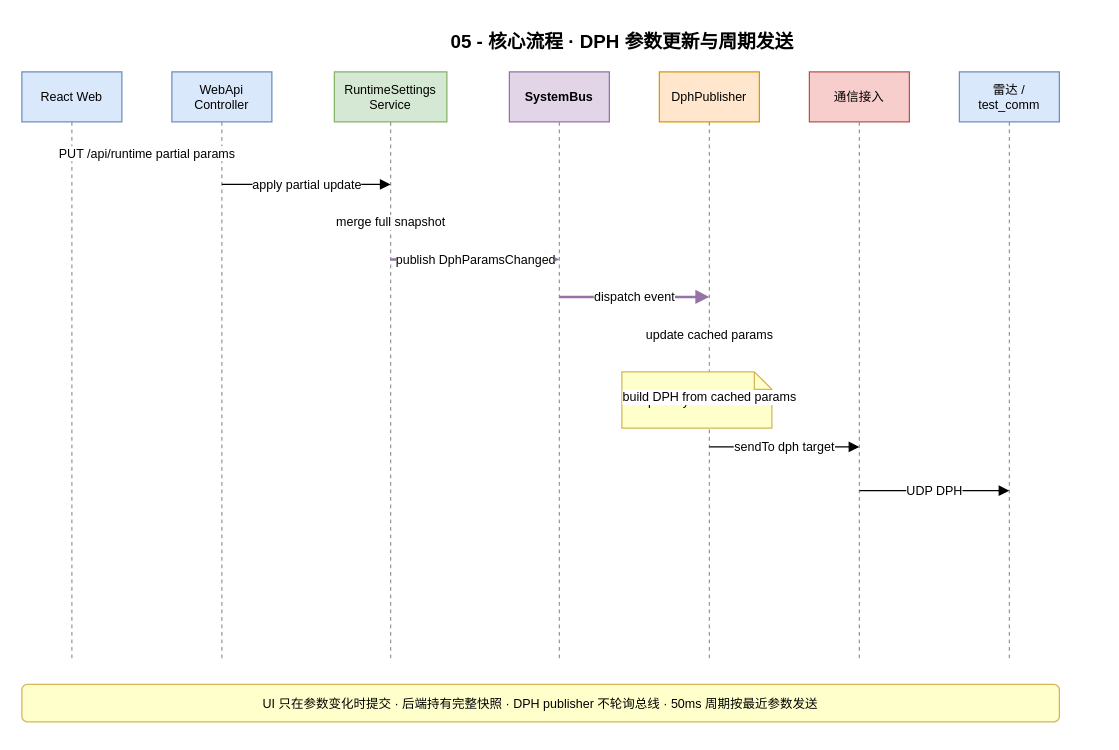
Earlier version of the draw.io diagram page "3-DPH参数更新" (3 of 5) of doc/architecture/05-核心流程.drawio (YoungL524/newAnti_arch). Source tidied: cells renumbered, new cells numbered last; positions are measured from the earlier drawing's top-left corner, leaving out a move shared by most shapes. Both pictures are drawn from the tidied source at 125%, with x=0, y=0 at pixel (21, 21).
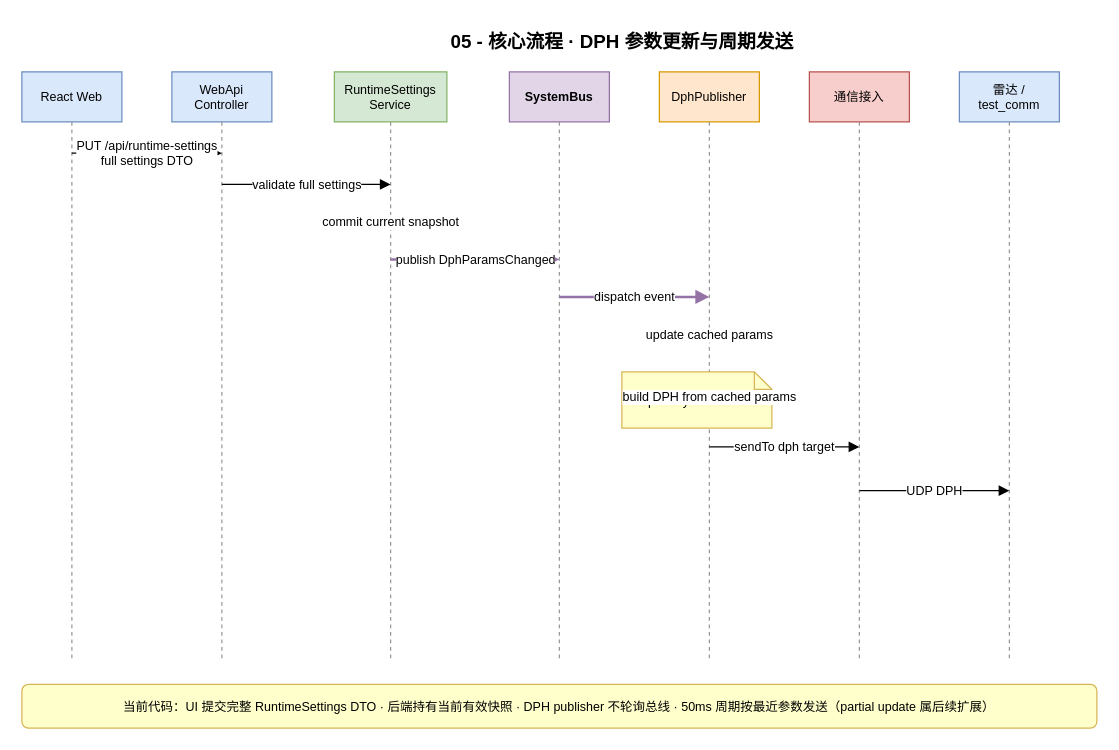
The same page after the edit.

The edit, as a diff of the source:
```diff
@@
-    <mxCell id="17" value="PUT /api/runtime partial params" style="endArrow=block;html=1;fontSize=10;" parent="1" edge="1">
+    <mxCell id="17" value="PUT /api/runtime-settings&#10;full settings DTO" style="endArrow=block;html=1;fontSize=10;" parent="1" edge="1">
       <mxGeometry relative="1" as="geometry">
         <mxPoint x="40" y="105" as="sourcePoint" />
         <mxPoint x="160" y="105" as="targetPoint" />
       </mxGeometry>
     </mxCell>
-    <mxCell id="18" value="apply partial update" style="endArrow=block;html=1;fontSize=10;" parent="1" edge="1">
+    <mxCell id="18" value="validate full settings" style="endArrow=block;html=1;fontSize=10;" parent="1" edge="1">
       <mxGeometry relative="1" as="geometry">
         <mxPoint x="160" y="130" as="sourcePoint" />
         <mxPoint x="295" y="130" as="targetPoint" />
       </mxGeometry>
     </mxCell>
-    <mxCell id="19" value="merge full snapshot" style="endArrow=block;html=1;fontSize=10;curved=1;" parent="1" edge="1">
+    <mxCell id="19" value="commit current snapshot" style="endArrow=block;html=1;fontSize=10;curved=1;" parent="1" edge="1">
       <mxGeometry relative="1" as="geometry">
         <mxPoint x="305" y="160" as="sourcePoint" />
         <mxPoint x="285" y="160" as="targetPoint" />
       </mxGeometry>
     </mxCell>
@@
-    <mxCell id="27" value="UI 只在参数变化时提交 · 后端持有完整快照 · DPH publisher 不轮询总线 · 50ms 周期按最近参数发送" style="rounded=1;whiteSpace=wrap;html=1;fillColor=#ffffcc;strokeColor=#d6b656;fontSize=10;" parent="1" vertex="1">
-      <mxGeometry y="530" width="830" height="30" as="geometry" />
+    <mxCell id="27" value="当前代码：UI 提交完整 RuntimeSettings DTO · 后端持有当前有效快照 · DPH publisher 不轮询总线 · 50ms 周期按最近参数发送（partial update 属后续扩展）" style="rounded=1;whiteSpace=wrap;html=1;fillColor=#ffffcc;strokeColor=#d6b656;fontSize=10;" parent="1" vertex="1">
+      <mxGeometry y="530" width="860" height="35" as="geometry" />
     </mxCell>
```
